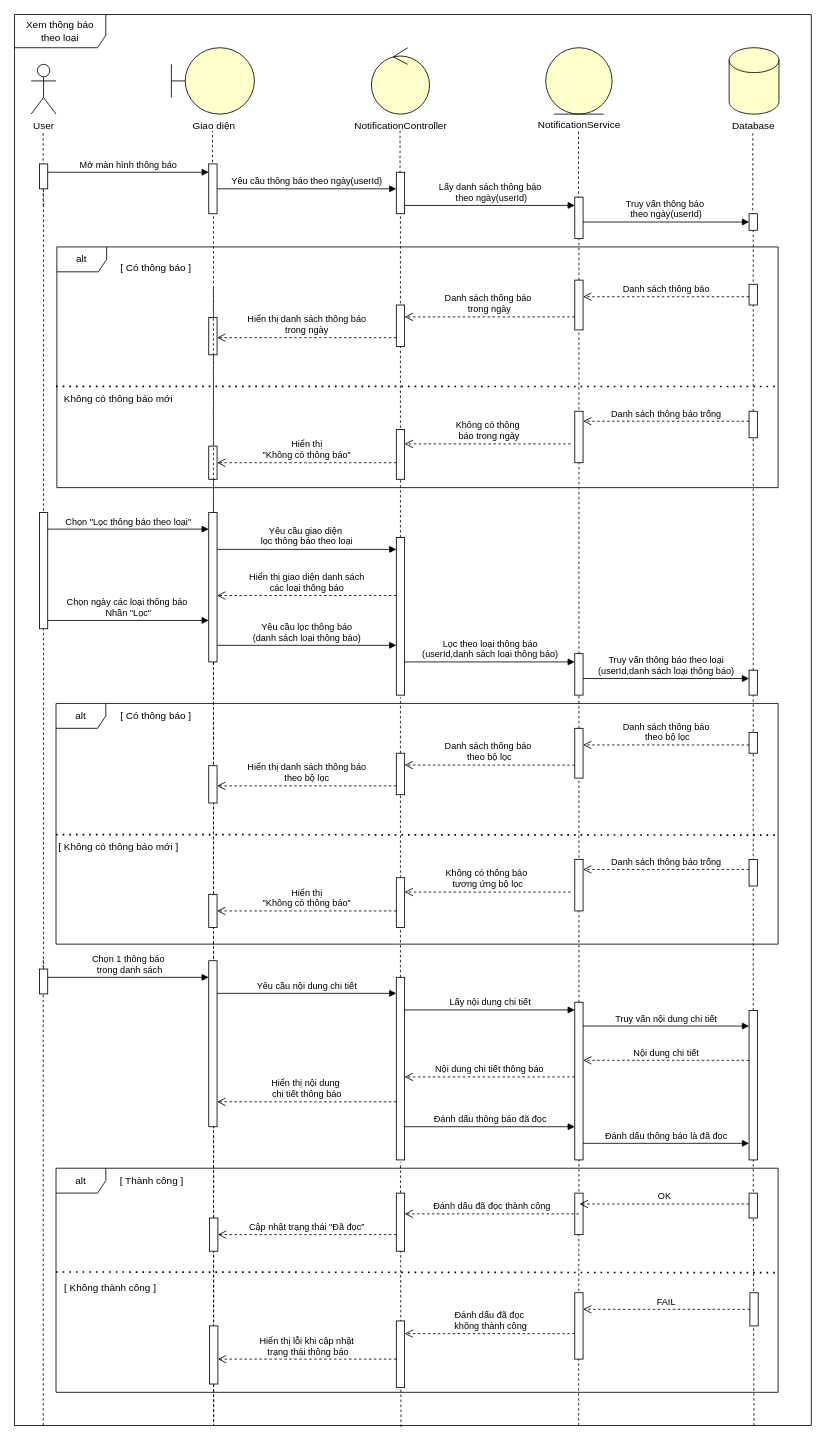
Above: Sequence diagram/Notification Management/View_notifications _by_type.drawio in cuongceg/BTL-IT3120 (draw.io), before the change. Source tidied: cells renumbered, new cells numbered last; positions are measured from the earlier drawing's top-left corner, leaving out a move shared by most shapes. Both pictures are drawn from the tidied source at 83%, with x=0, y=0 at pixel (14, 14).
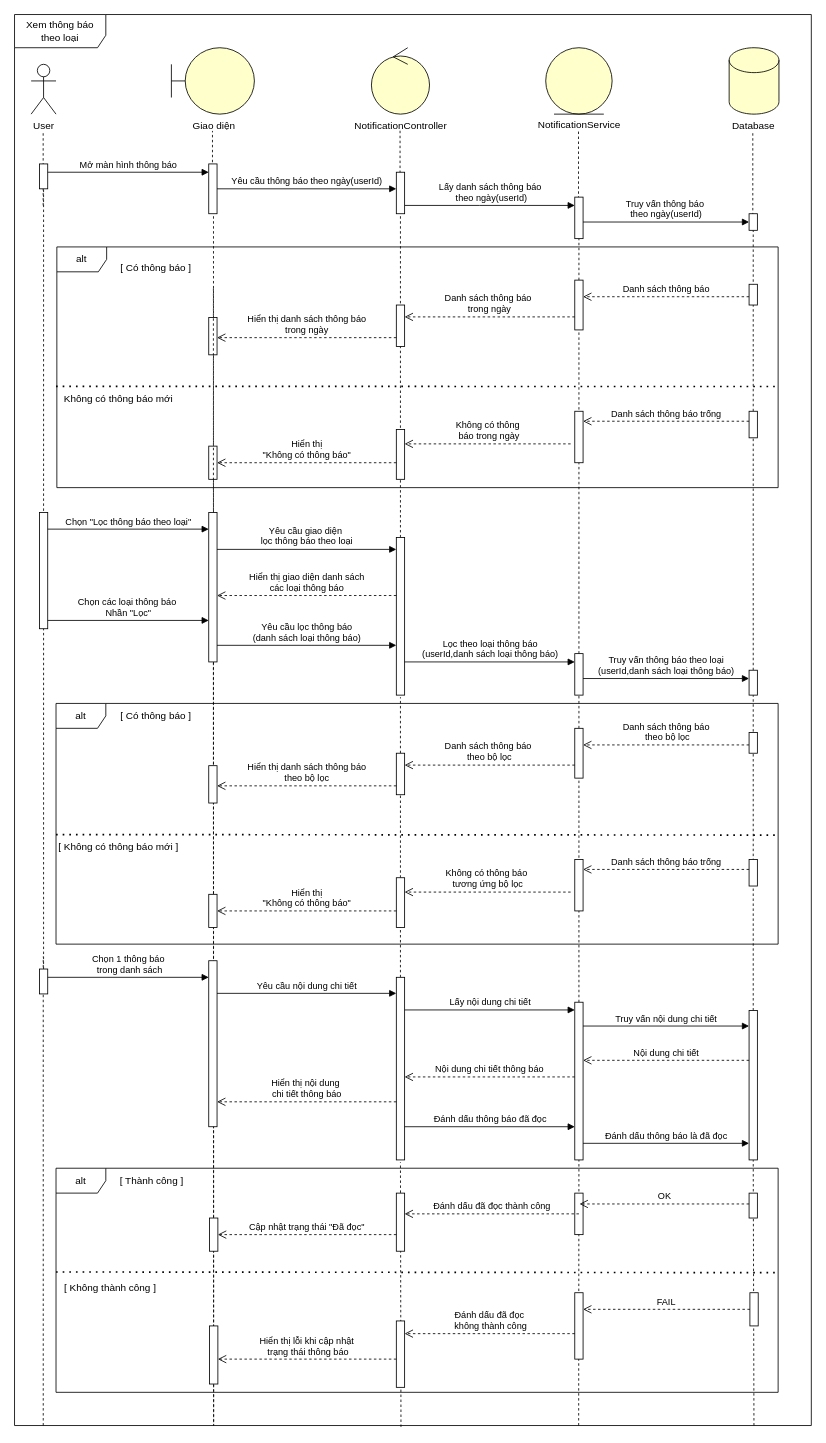
The same diagram, later.

Commit message:
Cập nhật View_notifications _by_type.drawio

Unchanged cells that the change refers to:
```xml
<mxCell id="46" style="html=1;points=[[0,0,0,0,5],[0,1,0,0,-5],[1,0,0,0,5],[1,1,0,0,-5]];perimeter=orthogonalPerimeter;outlineConnect=0;targetShapes=umlLifeline;portConstraint=eastwest;newEdgeStyle={&quot;curved&quot;:0,&quot;rounded&quot;:0};" parent="1" vertex="1">
  <mxGeometry x="234" y="600" width="10" height="180" as="geometry" />
</mxCell>
```

Change to the diagram source:
```diff
@@
-    <mxCell id="57" value="Chọn ngày các loại thông báo&amp;nbsp;&lt;br&gt;Nhần &quot;Lọc&quot;" style="html=1;verticalAlign=bottom;endArrow=block;curved=0;rounded=0;" parent="1" edge="1" target="46">
+    <mxCell id="57" value="Chọn các loại thông báo&amp;nbsp;&lt;br&gt;Nhần &quot;Lọc&quot;" style="html=1;verticalAlign=bottom;endArrow=block;curved=0;rounded=0;" parent="1" edge="1" target="46">
       <mxGeometry relative="1" as="geometry">
         <mxPoint x="40" y="730" as="sourcePoint" />
       </mxGeometry>
     </mxCell>
```
